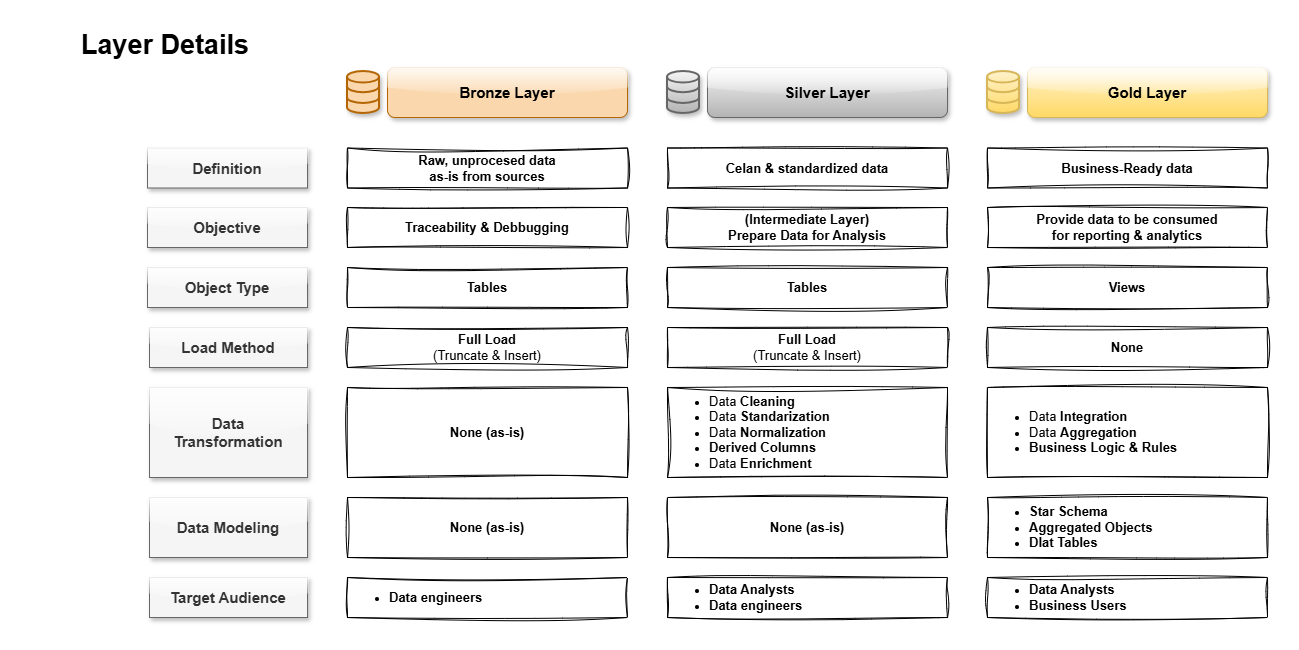
kms-gitgut/sql-data-warehouse-project keeps this draw.io diagram as docs/images/layer_details.png. Above is the earlier version. Source tidied: cells renumbered, new cells last; positions are measured from the earlier drawing's top-left corner, leaving out a move shared by most shapes.
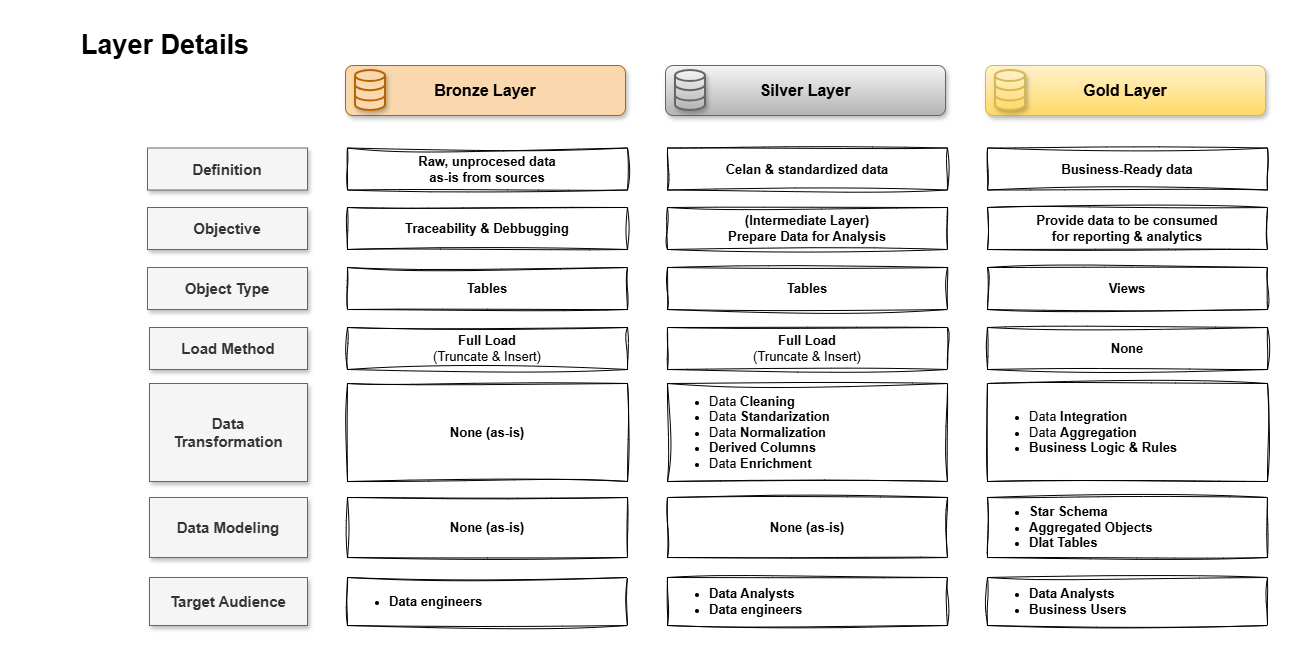
Above is the later version.

Change to the diagram source:
```diff
@@ -5,89 +5,86 @@
     <mxCell id="2" value="&lt;font style=&quot;font-size: 27px;&quot;&gt;&lt;b style=&quot;&quot;&gt;Layer Details&lt;/b&gt;&lt;/font&gt;" style="rounded=1;whiteSpace=wrap;html=1;fillColor=none;strokeColor=none;" parent="1" vertex="1">
       <mxGeometry width="280" height="40" as="geometry" />
     </mxCell>
-    <mxCell id="3" value="&lt;b&gt;&lt;font style=&quot;font-size: 15px;&quot;&gt;Definition&lt;/font&gt;&lt;/b&gt;" style="rounded=0;whiteSpace=wrap;html=1;fillColor=#f5f5f5;strokeColor=#666666;fontColor=#333333;glass=1;shadow=1;" parent="1" vertex="1">
-      <mxGeometry x="122" y="122.5" width="160" height="40" as="geometry" />
+    <mxCell id="3" value="&lt;b&gt;&lt;font style=&quot;font-size: 15px;&quot;&gt;Definition&lt;/font&gt;&lt;/b&gt;" style="rounded=0;whiteSpace=wrap;html=1;fillColor=#f5f5f5;strokeColor=#666666;fontColor=#333333;glass=0;shadow=1;" parent="1" vertex="1">
+      <mxGeometry x="122" y="122.5" width="160" height="42" as="geometry" />
     </mxCell>
-    <mxCell id="4" value="&lt;b&gt;&lt;font style=&quot;font-size: 15px;&quot;&gt;Objective&lt;/font&gt;&lt;/b&gt;" style="rounded=0;whiteSpace=wrap;html=1;fillColor=#f5f5f5;strokeColor=#666666;fontColor=#333333;glass=1;shadow=1;" parent="1" vertex="1">
-      <mxGeometry x="122" y="182" width="160" height="40" as="geometry" />
+    <mxCell id="4" value="&lt;b&gt;&lt;font style=&quot;font-size: 15px;&quot;&gt;Objective&lt;/font&gt;&lt;/b&gt;" style="rounded=0;whiteSpace=wrap;html=1;fillColor=#f5f5f5;strokeColor=#666666;fontColor=#333333;glass=0;shadow=1;" parent="1" vertex="1">
+      <mxGeometry x="122" y="182" width="160" height="42" as="geometry" />
     </mxCell>
-    <mxCell id="5" value="&lt;b&gt;&lt;font style=&quot;font-size: 15px;&quot;&gt;Object Type&lt;/font&gt;&lt;/b&gt;" style="rounded=0;whiteSpace=wrap;html=1;fillColor=#f5f5f5;strokeColor=#666666;fontColor=#333333;glass=1;shadow=1;" parent="1" vertex="1">
-      <mxGeometry x="122" y="242" width="160" height="40" as="geometry" />
+    <mxCell id="5" value="&lt;b&gt;&lt;font style=&quot;font-size: 15px;&quot;&gt;Object Type&lt;/font&gt;&lt;/b&gt;" style="rounded=0;whiteSpace=wrap;html=1;fillColor=#f5f5f5;strokeColor=#666666;fontColor=#333333;glass=0;shadow=1;" parent="1" vertex="1">
+      <mxGeometry x="122" y="242" width="160" height="42" as="geometry" />
     </mxCell>
-    <mxCell id="6" value="&lt;b&gt;&lt;font style=&quot;font-size: 15px;&quot;&gt;Load Method&lt;/font&gt;&lt;/b&gt;" style="rounded=0;whiteSpace=wrap;html=1;fillColor=#f5f5f5;strokeColor=#666666;fontColor=#333333;glass=1;shadow=1;" parent="1" vertex="1">
-      <mxGeometry x="124" y="302" width="158" height="40" as="geometry" />
+    <mxCell id="6" value="&lt;b&gt;&lt;font style=&quot;font-size: 15px;&quot;&gt;Load Method&lt;/font&gt;&lt;/b&gt;" style="rounded=0;whiteSpace=wrap;html=1;fillColor=#f5f5f5;strokeColor=#666666;fontColor=#333333;glass=0;shadow=1;" parent="1" vertex="1">
+      <mxGeometry x="124" y="302" width="158" height="42" as="geometry" />
     </mxCell>
-    <mxCell id="7" value="&lt;b&gt;&lt;font style=&quot;font-size: 15px;&quot;&gt;Data &lt;br&gt;Transformation&lt;/font&gt;&lt;/b&gt;" style="rounded=0;whiteSpace=wrap;html=1;fillColor=#f5f5f5;strokeColor=#666666;fontColor=#333333;glass=1;shadow=1;" parent="1" vertex="1">
-      <mxGeometry x="124" y="362" width="158" height="90" as="geometry" />
+    <mxCell id="7" value="&lt;b&gt;&lt;font style=&quot;font-size: 15px;&quot;&gt;Data &lt;br&gt;Transformation&lt;/font&gt;&lt;/b&gt;" style="rounded=0;whiteSpace=wrap;html=1;fillColor=#f5f5f5;strokeColor=#666666;fontColor=#333333;glass=0;shadow=1;" parent="1" vertex="1">
+      <mxGeometry x="124" y="358" width="158" height="98" as="geometry" />
     </mxCell>
-    <mxCell id="8" value="&lt;b&gt;&lt;font style=&quot;font-size: 15px;&quot;&gt;Data Modeling&lt;/font&gt;&lt;/b&gt;" style="rounded=0;whiteSpace=wrap;html=1;fillColor=#f5f5f5;strokeColor=#666666;fontColor=#333333;glass=1;shadow=1;" parent="1" vertex="1">
+    <mxCell id="8" value="&lt;b&gt;&lt;font style=&quot;font-size: 15px;&quot;&gt;Data Modeling&lt;/font&gt;&lt;/b&gt;" style="rounded=0;whiteSpace=wrap;html=1;fillColor=#f5f5f5;strokeColor=#666666;fontColor=#333333;glass=0;shadow=1;" parent="1" vertex="1">
       <mxGeometry x="124" y="472" width="158" height="60" as="geometry" />
     </mxCell>
-    <mxCell id="9" value="&lt;b&gt;&lt;font style=&quot;font-size: 15px;&quot;&gt;Target Audience&lt;/font&gt;&lt;/b&gt;" style="rounded=0;whiteSpace=wrap;html=1;fillColor=#f5f5f5;strokeColor=#666666;fontColor=#333333;glass=1;shadow=1;" parent="1" vertex="1">
-      <mxGeometry x="124" y="552" width="158" height="40" as="geometry" />
+    <mxCell id="9" value="&lt;b&gt;&lt;font style=&quot;font-size: 15px;&quot;&gt;Target Audience&lt;/font&gt;&lt;/b&gt;" style="rounded=0;whiteSpace=wrap;html=1;fillColor=#f5f5f5;strokeColor=#666666;fontColor=#333333;glass=0;shadow=1;" parent="1" vertex="1">
+      <mxGeometry x="124" y="552" width="158" height="48" as="geometry" />
     </mxCell>
-    <mxCell id="10" value="&lt;font style=&quot;font-size: 15px;&quot;&gt;&lt;b style=&quot;&quot;&gt;Silver Layer&lt;/b&gt;&lt;/font&gt;" style="rounded=1;whiteSpace=wrap;html=1;fillColor=#f5f5f5;strokeColor=#666666;gradientColor=#b3b3b3;shadow=1;glass=1;" parent="1" vertex="1">
-      <mxGeometry x="682" y="42" width="240" height="50" as="geometry" />
+    <mxCell id="10" value="&lt;font style=&quot;font-size: 16px;&quot;&gt;&lt;b&gt;Silver Layer&lt;/b&gt;&lt;/font&gt;" style="rounded=1;whiteSpace=wrap;html=1;fillColor=#f5f5f5;strokeColor=#666666;gradientColor=#b3b3b3;shadow=1;glass=0;" parent="1" vertex="1">
+      <mxGeometry x="640" y="40" width="280" height="50" as="geometry" />
     </mxCell>
-    <mxCell id="11" value="&lt;font style=&quot;font-size: 15px;&quot;&gt;&lt;b style=&quot;&quot;&gt;Gold Layer&lt;/b&gt;&lt;/font&gt;" style="rounded=1;whiteSpace=wrap;html=1;fillColor=#fff2cc;strokeColor=#d6b656;gradientColor=#ffd966;shadow=1;glass=1;" parent="1" vertex="1">
-      <mxGeometry x="1002" y="42" width="240" height="50" as="geometry" />
+    <mxCell id="11" value="&lt;font style=&quot;font-size: 16px;&quot;&gt;&lt;b style=&quot;&quot;&gt;Gold Layer&lt;/b&gt;&lt;/font&gt;" style="rounded=1;whiteSpace=wrap;html=1;fillColor=#fff2cc;strokeColor=#d6b656;gradientColor=#ffd966;shadow=1;glass=0;" parent="1" vertex="1">
+      <mxGeometry x="960" y="40" width="280" height="50" as="geometry" />
     </mxCell>
-    <mxCell id="12" style="html=1;verticalLabelPosition=bottom;align=center;labelBackgroundColor=#ffffff;verticalAlign=top;strokeWidth=2;strokeColor=#b46504;shadow=1;dashed=0;shape=mxgraph.ios7.icons.data;fillColor=#fad7ac;" parent="1" vertex="1">
-      <mxGeometry x="322" y="46" width="32" height="42" as="geometry" />
-    </mxCell>
-    <mxCell id="13" value="&lt;font style=&quot;font-size: 15px;&quot;&gt;&lt;b style=&quot;&quot;&gt;Bronze Layer&lt;/b&gt;&lt;/font&gt;" style="rounded=1;whiteSpace=wrap;html=1;fillColor=#fad7ac;strokeColor=#b46504;shadow=1;glass=1;" parent="1" vertex="1">
-      <mxGeometry x="362" y="42" width="240" height="50" as="geometry" />
+    <mxCell id="13" value="&lt;font style=&quot;font-size: 16px;&quot;&gt;&lt;b style=&quot;&quot;&gt;Bronze Layer&lt;/b&gt;&lt;/font&gt;" style="rounded=1;whiteSpace=wrap;html=1;fillColor=#fad7ac;strokeColor=#b46504;shadow=1;glass=0;" parent="1" vertex="1">
+      <mxGeometry x="320" y="40" width="280" height="50" as="geometry" />
     </mxCell>
     <mxCell id="14" style="html=1;verticalLabelPosition=bottom;align=center;labelBackgroundColor=#ffffff;verticalAlign=top;strokeWidth=2;strokeColor=#666666;shadow=1;dashed=0;shape=mxgraph.ios7.icons.data;fillColor=#f5f5f5;gradientColor=#b3b3b3;" parent="1" vertex="1">
-      <mxGeometry x="642" y="46" width="32" height="42" as="geometry" />
+      <mxGeometry x="650" y="45" width="30" height="40" as="geometry" />
     </mxCell>
     <mxCell id="15" style="html=1;verticalLabelPosition=bottom;align=center;labelBackgroundColor=#ffffff;verticalAlign=top;strokeWidth=2;strokeColor=#d6b656;shadow=1;dashed=0;shape=mxgraph.ios7.icons.data;fillColor=#fff2cc;gradientColor=#ffd966;" parent="1" vertex="1">
-      <mxGeometry x="962" y="46" width="32" height="42" as="geometry" />
+      <mxGeometry x="970" y="45" width="30" height="40" as="geometry" />
     </mxCell>
     <mxCell id="16" value="&lt;font style=&quot;font-size: 13px;&quot;&gt;&lt;b&gt;Raw, unprocesed data &lt;br&gt;as-is from sources&lt;/b&gt;&lt;/font&gt;" style="rounded=0;whiteSpace=wrap;html=1;sketch=1;curveFitting=1;jiggle=2;" parent="1" vertex="1">
-      <mxGeometry x="322" y="122.5" width="280" height="40" as="geometry" />
+      <mxGeometry x="322" y="122.5" width="280" height="42" as="geometry" />
     </mxCell>
     <mxCell id="17" value="&lt;font style=&quot;font-size: 13px;&quot;&gt;&lt;b&gt;Celan &amp;amp; standardized data&lt;/b&gt;&lt;/font&gt;" style="rounded=0;whiteSpace=wrap;html=1;sketch=1;curveFitting=1;jiggle=2;" parent="1" vertex="1">
-      <mxGeometry x="642" y="122.5" width="280" height="40" as="geometry" />
+      <mxGeometry x="642" y="122.5" width="280" height="42" as="geometry" />
     </mxCell>
     <mxCell id="18" value="&lt;font style=&quot;font-size: 13px;&quot;&gt;&lt;b&gt;Business-Ready data&lt;/b&gt;&lt;/font&gt;" style="rounded=0;whiteSpace=wrap;html=1;sketch=1;curveFitting=1;jiggle=2;" parent="1" vertex="1">
-      <mxGeometry x="962" y="122.5" width="280" height="40" as="geometry" />
+      <mxGeometry x="962" y="122.5" width="280" height="42" as="geometry" />
     </mxCell>
     <mxCell id="19" value="&lt;font style=&quot;font-size: 13px;&quot;&gt;&lt;b&gt;Traceability &amp;amp; Debbugging&lt;/b&gt;&lt;/font&gt;" style="rounded=0;whiteSpace=wrap;html=1;sketch=1;curveFitting=1;jiggle=2;" parent="1" vertex="1">
-      <mxGeometry x="322" y="182" width="280" height="40" as="geometry" />
+      <mxGeometry x="322" y="182" width="280" height="42" as="geometry" />
     </mxCell>
     <mxCell id="20" value="&lt;font style=&quot;font-size: 13px;&quot;&gt;&lt;b&gt;(Intermediate Layer)&lt;br&gt;Prepare Data for Analysis&lt;/b&gt;&lt;/font&gt;" style="rounded=0;whiteSpace=wrap;html=1;sketch=1;curveFitting=1;jiggle=2;" parent="1" vertex="1">
-      <mxGeometry x="642" y="182" width="280" height="40" as="geometry" />
+      <mxGeometry x="642" y="182" width="280" height="42" as="geometry" />
     </mxCell>
     <mxCell id="21" value="&lt;font style=&quot;font-size: 13px;&quot;&gt;&lt;b&gt;Provide data to be consumed &lt;br&gt;for reporting &amp;amp; analytics&lt;/b&gt;&lt;/font&gt;" style="rounded=0;whiteSpace=wrap;html=1;sketch=1;curveFitting=1;jiggle=2;" parent="1" vertex="1">
-      <mxGeometry x="962" y="182" width="280" height="40" as="geometry" />
+      <mxGeometry x="962" y="182" width="280" height="42" as="geometry" />
     </mxCell>
     <mxCell id="22" value="&lt;font style=&quot;font-size: 13px;&quot;&gt;&lt;b&gt;Tables&lt;/b&gt;&lt;/font&gt;" style="rounded=0;whiteSpace=wrap;html=1;sketch=1;curveFitting=1;jiggle=2;" parent="1" vertex="1">
-      <mxGeometry x="322" y="242" width="280" height="40" as="geometry" />
+      <mxGeometry x="322" y="242" width="280" height="42" as="geometry" />
     </mxCell>
     <mxCell id="23" value="&lt;font style=&quot;font-size: 13px;&quot;&gt;&lt;b&gt;Tables&lt;/b&gt;&lt;/font&gt;" style="rounded=0;whiteSpace=wrap;html=1;sketch=1;curveFitting=1;jiggle=2;" parent="1" vertex="1">
-      <mxGeometry x="642" y="242" width="280" height="40" as="geometry" />
+      <mxGeometry x="642" y="242" width="280" height="42" as="geometry" />
     </mxCell>
     <mxCell id="24" value="&lt;font style=&quot;font-size: 13px;&quot;&gt;&lt;b&gt;Views&lt;/b&gt;&lt;/font&gt;" style="rounded=0;whiteSpace=wrap;html=1;sketch=1;curveFitting=1;jiggle=2;" parent="1" vertex="1">
-      <mxGeometry x="962" y="242" width="280" height="40" as="geometry" />
+      <mxGeometry x="962" y="242" width="280" height="42" as="geometry" />
     </mxCell>
     <mxCell id="25" value="&lt;font style=&quot;font-size: 13px;&quot;&gt;&lt;b&gt;Full Load&lt;/b&gt;&lt;br&gt;(Truncate &amp;amp; Insert)&lt;/font&gt;" style="rounded=0;whiteSpace=wrap;html=1;sketch=1;curveFitting=1;jiggle=2;" parent="1" vertex="1">
-      <mxGeometry x="322" y="302" width="280" height="40" as="geometry" />
+      <mxGeometry x="322" y="302" width="280" height="42" as="geometry" />
     </mxCell>
     <mxCell id="26" value="&lt;span style=&quot;font-size: 13px;&quot;&gt;&lt;b&gt;Full Load&lt;/b&gt;&lt;/span&gt;&lt;br style=&quot;font-size: 13px;&quot;&gt;&lt;span style=&quot;font-size: 13px;&quot;&gt;(Truncate &amp;amp; Insert)&lt;/span&gt;" style="rounded=0;whiteSpace=wrap;html=1;sketch=1;curveFitting=1;jiggle=2;" parent="1" vertex="1">
-      <mxGeometry x="642" y="302" width="280" height="40" as="geometry" />
+      <mxGeometry x="642" y="302" width="280" height="42" as="geometry" />
     </mxCell>
     <mxCell id="27" value="&lt;span style=&quot;font-size: 13px;&quot;&gt;&lt;b&gt;None&lt;/b&gt;&lt;/span&gt;" style="rounded=0;whiteSpace=wrap;html=1;sketch=1;curveFitting=1;jiggle=2;" parent="1" vertex="1">
-      <mxGeometry x="962" y="302" width="280" height="40" as="geometry" />
+      <mxGeometry x="962" y="302" width="280" height="42" as="geometry" />
     </mxCell>
     <mxCell id="28" value="&lt;span style=&quot;font-size: 13px;&quot;&gt;&lt;b&gt;None (as-is)&lt;/b&gt;&lt;/span&gt;" style="rounded=0;whiteSpace=wrap;html=1;sketch=1;curveFitting=1;jiggle=2;" parent="1" vertex="1">
-      <mxGeometry x="322" y="362" width="280" height="90" as="geometry" />
+      <mxGeometry x="322" y="358" width="280" height="98" as="geometry" />
     </mxCell>
     <mxCell id="29" value="&lt;ul&gt;&lt;li&gt;&lt;font style=&quot;font-size: 13px;&quot;&gt;Data &lt;b&gt;Cleaning&lt;/b&gt;&lt;/font&gt;&lt;/li&gt;&lt;li&gt;&lt;font style=&quot;font-size: 13px;&quot;&gt;Data &lt;b&gt;Standarization&lt;/b&gt;&lt;/font&gt;&lt;/li&gt;&lt;li&gt;&lt;font style=&quot;font-size: 13px;&quot;&gt;Data &lt;b&gt;Normalization&lt;/b&gt;&lt;br&gt;&lt;/font&gt;&lt;/li&gt;&lt;li&gt;&lt;b&gt;&lt;font style=&quot;font-size: 13px;&quot;&gt;Derived Columns&lt;/font&gt;&lt;/b&gt;&lt;/li&gt;&lt;li&gt;&lt;font style=&quot;font-size: 13px;&quot;&gt;Data &lt;b&gt;Enrichment&lt;/b&gt;&lt;/font&gt;&lt;/li&gt;&lt;/ul&gt;" style="rounded=0;whiteSpace=wrap;html=1;align=left;sketch=1;curveFitting=1;jiggle=2;" parent="1" vertex="1">
-      <mxGeometry x="642" y="362" width="280" height="90" as="geometry" />
+      <mxGeometry x="642" y="358" width="280" height="98" as="geometry" />
     </mxCell>
     <mxCell id="30" value="&lt;ul&gt;&lt;li&gt;&lt;font style=&quot;font-size: 13px;&quot;&gt;Data &lt;b&gt;Integration&lt;/b&gt;&lt;/font&gt;&lt;/li&gt;&lt;li&gt;&lt;font style=&quot;font-size: 13px;&quot;&gt;Data &lt;b&gt;Aggregation&lt;/b&gt;&lt;/font&gt;&lt;/li&gt;&lt;li&gt;&lt;font style=&quot;font-size: 13px;&quot;&gt;&lt;b&gt;Business Logic &amp;amp; Rules&lt;/b&gt;&lt;/font&gt;&lt;/li&gt;&lt;/ul&gt;" style="rounded=0;whiteSpace=wrap;html=1;align=left;sketch=1;curveFitting=1;jiggle=2;" parent="1" vertex="1">
-      <mxGeometry x="962" y="362" width="280" height="90" as="geometry" />
+      <mxGeometry x="962" y="358" width="280" height="98" as="geometry" />
     </mxCell>
     <mxCell id="31" value="&lt;span style=&quot;font-size: 13px;&quot;&gt;&lt;b&gt;None (as-is)&lt;/b&gt;&lt;/span&gt;" style="rounded=0;whiteSpace=wrap;html=1;sketch=1;curveFitting=1;jiggle=2;" parent="1" vertex="1">
       <mxGeometry x="322" y="472" width="280" height="60" as="geometry" />
@@ -99,13 +96,16 @@
       <mxGeometry x="962" y="472" width="280" height="60" as="geometry" />
     </mxCell>
     <mxCell id="34" value="&lt;ul&gt;&lt;li&gt;&lt;font style=&quot;font-size: 13px;&quot;&gt;&lt;b&gt;Data engineers&lt;/b&gt;&lt;/font&gt;&lt;/li&gt;&lt;/ul&gt;" style="rounded=0;whiteSpace=wrap;html=1;align=left;sketch=1;curveFitting=1;jiggle=2;" parent="1" vertex="1">
-      <mxGeometry x="322" y="552" width="280" height="40" as="geometry" />
+      <mxGeometry x="322" y="552" width="280" height="48" as="geometry" />
     </mxCell>
     <mxCell id="35" value="&lt;ul style=&quot;&quot;&gt;&lt;li&gt;&lt;font style=&quot;font-size: 13px;&quot;&gt;&lt;b&gt;Data Analysts&lt;/b&gt;&lt;/font&gt;&lt;/li&gt;&lt;li&gt;&lt;font style=&quot;font-size: 13px;&quot;&gt;&lt;b&gt;Data engineers&lt;/b&gt;&lt;/font&gt;&lt;/li&gt;&lt;/ul&gt;" style="rounded=0;whiteSpace=wrap;html=1;align=left;sketch=1;curveFitting=1;jiggle=2;" parent="1" vertex="1">
-      <mxGeometry x="642" y="552" width="280" height="40" as="geometry" />
+      <mxGeometry x="642" y="552" width="280" height="48" as="geometry" />
     </mxCell>
     <mxCell id="36" value="&lt;ul style=&quot;&quot;&gt;&lt;li&gt;&lt;font style=&quot;font-size: 13px;&quot;&gt;&lt;b&gt;Data Analysts&lt;/b&gt;&lt;/font&gt;&lt;/li&gt;&lt;li&gt;&lt;span style=&quot;font-size: 13px;&quot;&gt;&lt;b&gt;Business Users&lt;/b&gt;&lt;/span&gt;&lt;/li&gt;&lt;/ul&gt;" style="rounded=0;whiteSpace=wrap;html=1;align=left;sketch=1;curveFitting=1;jiggle=2;" parent="1" vertex="1">
-      <mxGeometry x="962" y="552" width="280" height="40" as="geometry" />
+      <mxGeometry x="962" y="552" width="280" height="48" as="geometry" />
     </mxCell>
+    <mxCell id="12" style="html=1;verticalLabelPosition=bottom;align=center;labelBackgroundColor=#ffffff;verticalAlign=top;strokeWidth=2;strokeColor=#b46504;shadow=1;dashed=0;shape=mxgraph.ios7.icons.data;fillColor=#fad7ac;" parent="1" vertex="1">
+      <mxGeometry x="330" y="45" width="30" height="40" as="geometry" />
+    </mxCell>
   </root>
 </mxGraphModel>
```
